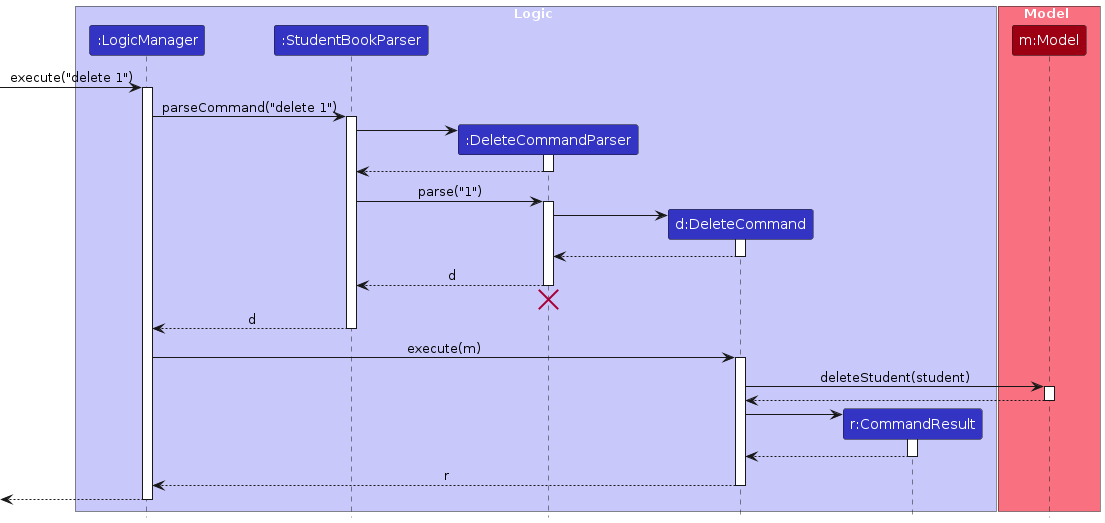
Before: diagrams/DeleteSequenceDiagram.png, a diagram exported from PlantUML (AY2627S1-CS2103T-T16-1/tp). Its source is kept beside it as diagrams/DeleteSequenceDiagram.puml.
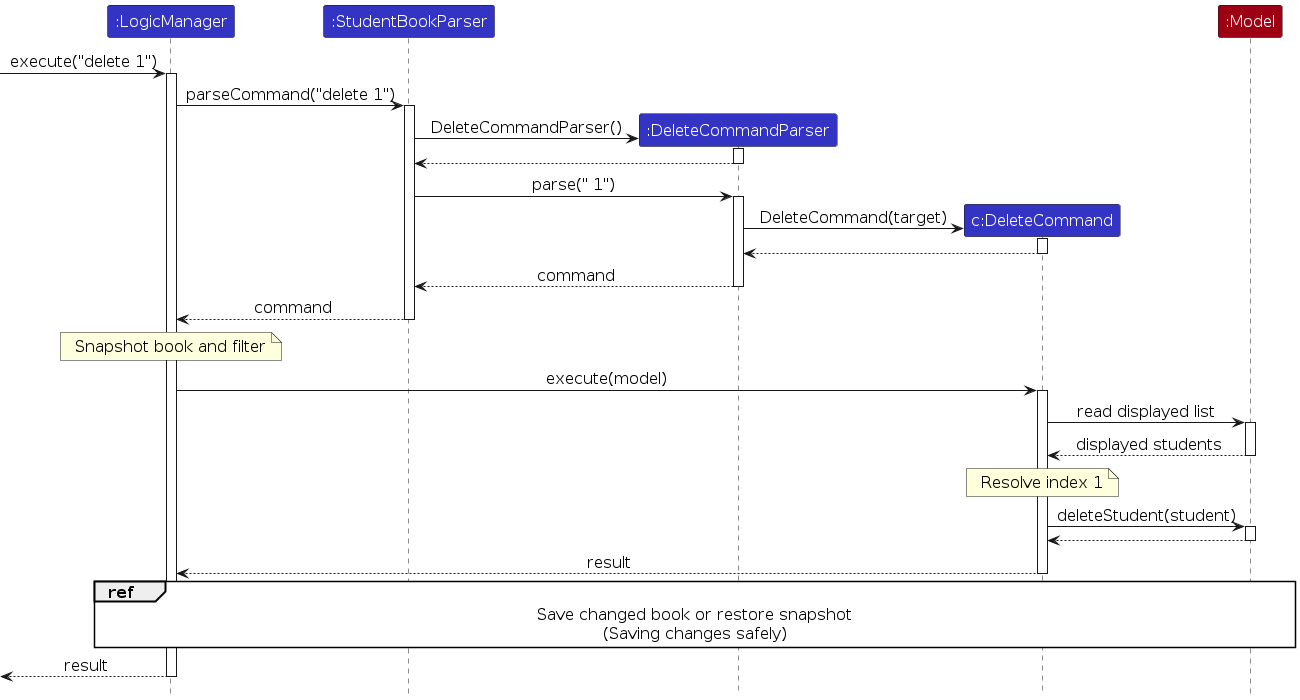
The same file after the commit.

Change to the diagram source:
```diff
@@ -1,69 +1,56 @@
 @startuml
 !include style.puml
 skinparam ArrowFontStyle plain
+skinparam defaultFontSize 16
+skinparam sequenceReferenceBackgroundColor white
 
-box Logic LOGIC_COLOR_T1
-participant ":LogicManager" as LogicManager LOGIC_COLOR
-participant ":StudentBookParser" as StudentBookParser LOGIC_COLOR
-participant ":DeleteCommandParser" as DeleteCommandParser LOGIC_COLOR
-participant "d:DeleteCommand" as DeleteCommand LOGIC_COLOR
-participant "r:CommandResult" as CommandResult LOGIC_COLOR
-end box
+participant ":LogicManager" as logic LOGIC_COLOR
+participant ":StudentBookParser" as dispatcher LOGIC_COLOR
+participant ":DeleteCommandParser" as parser LOGIC_COLOR
+participant "c:DeleteCommand" as command LOGIC_COLOR
+participant ":Model" as model MODEL_COLOR
 
-box Model MODEL_COLOR_T1
-participant "m:Model" as Model MODEL_COLOR
-end box
+[-> logic : execute("delete 1")
+activate logic
+logic -> dispatcher : parseCommand("delete 1")
+activate dispatcher
+create parser
+dispatcher -> parser : DeleteCommandParser()
+activate parser
+parser --> dispatcher
+deactivate parser
+dispatcher -> parser : parse(" 1")
+activate parser
+create command
+parser -> command : DeleteCommand(target)
+activate command
+command --> parser
+deactivate command
+parser --> dispatcher : command
+deactivate parser
+dispatcher --> logic : command
+deactivate dispatcher
 
-[-> LogicManager : execute("delete 1")
-activate LogicManager
+note over logic : Snapshot book and filter
 
-LogicManager -> StudentBookParser : parseCommand("delete 1")
-activate StudentBookParser
+logic -> command : execute(model)
+activate command
+command -> model : read displayed list
+activate model
+model --> command : displayed students
+deactivate model
+note over command : Resolve index 1
+command -> model : deleteStudent(student)
+activate model
+model --> command
+deactivate model
+command --> logic : result
+deactivate command
 
-create DeleteCommandParser
-StudentBookParser -> DeleteCommandParser
-activate DeleteCommandParser
-
-DeleteCommandParser --> StudentBookParser
-deactivate DeleteCommandParser
-
-StudentBookParser -> DeleteCommandParser : parse("1")
-activate DeleteCommandParser
-
-create DeleteCommand
-DeleteCommandParser -> DeleteCommand
-activate DeleteCommand
-
-DeleteCommand --> DeleteCommandParser :
-deactivate DeleteCommand
-
-DeleteCommandParser --> StudentBookParser : d
-deactivate DeleteCommandParser
-DeleteCommandParser -[hidden]-> StudentBookParser
-destroy DeleteCommandParser
-
-StudentBookParser --> LogicManager : d
-deactivate StudentBookParser
-
-LogicManager -> DeleteCommand : execute(m)
-activate DeleteCommand
-
-DeleteCommand -> Model : deleteStudent(student)
-activate Model
-
-Model --> DeleteCommand
-deactivate Model
-
-create CommandResult
-DeleteCommand -> CommandResult
-activate CommandResult
-
-CommandResult --> DeleteCommand
-deactivate CommandResult
-
-DeleteCommand --> LogicManager : r
-deactivate DeleteCommand
-
-[<--LogicManager
-deactivate LogicManager
+ref over logic, model
+  Save changed book or restore snapshot
+  (Saving changes safely)
+end ref
+[<-- logic : result
+deactivate logic
 @enduml
```
